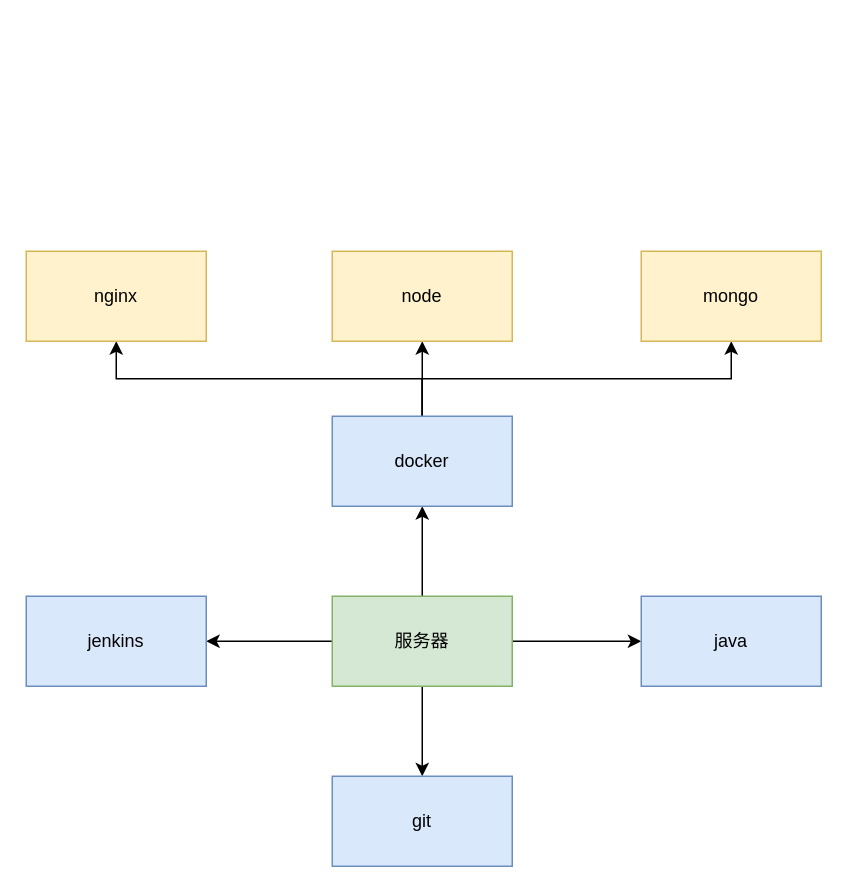
xujizhong/flow-chart keeps this draw.io diagram as 服务器结构.drawio. Above is the earlier version. Source tidied: cells renumbered, new cells numbered last; positions are measured from the earlier drawing's top-left corner, leaving out a move shared by most shapes. Both pictures are drawn from the tidied source at 150%, with x=0, y=0 at pixel (26, 250).
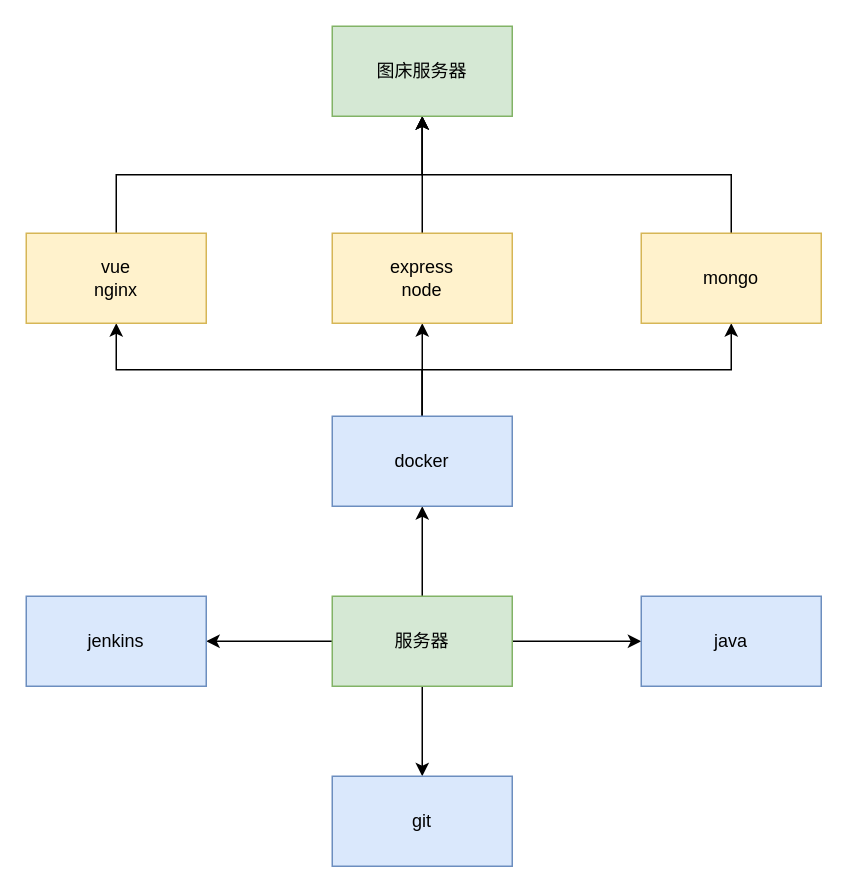
Above is the later version.

Commit message:
更新服务器结构.drawio

What changed in the source:
```diff
@@
+    <mxCell id="17" style="edgeStyle=orthogonalEdgeStyle;rounded=0;jettySize=auto;html=1;exitX=0.5;exitY=0;exitDx=0;exitDy=0;entryX=0.5;entryY=1;entryDx=0;entryDy=0;" parent="1" edge="1" source="12" target="20">
+      <mxGeometry relative="1" as="geometry" />
+    </mxCell>
-    <mxCell id="12" value="node" style="rounded=0;whiteSpace=wrap;html=1;fillColor=#fff2cc;strokeColor=#d6b656;" parent="1" vertex="1">
-      <mxGeometry x="204" width="120" height="60" as="geometry" />
+    <mxCell id="12" value="express&lt;br&gt;node" style="rounded=0;whiteSpace=wrap;html=1;fillColor=#fff2cc;strokeColor=#d6b656;" parent="1" vertex="1">
+      <mxGeometry x="204" y="-12" width="120" height="60" as="geometry" />
     </mxCell>
+    <mxCell id="18" style="edgeStyle=orthogonalEdgeStyle;rounded=0;jettySize=auto;html=1;exitX=0.5;exitY=0;exitDx=0;exitDy=0;entryX=0.5;entryY=1;entryDx=0;entryDy=0;" parent="1" edge="1" source="13" target="20">
+      <mxGeometry relative="1" as="geometry" />
+    </mxCell>
     <mxCell id="13" value="mongo" style="rounded=0;whiteSpace=wrap;html=1;fillColor=#fff2cc;strokeColor=#d6b656;" parent="1" vertex="1">
-      <mxGeometry x="410" width="120" height="60" as="geometry" />
+      <mxGeometry x="410" y="-12" width="120" height="60" as="geometry" />
     </mxCell>
+    <mxCell id="19" style="edgeStyle=orthogonalEdgeStyle;rounded=0;jettySize=auto;html=1;exitX=0.5;exitY=0;exitDx=0;exitDy=0;entryX=0.5;entryY=1;entryDx=0;entryDy=0;" parent="1" edge="1" source="14" target="20">
+      <mxGeometry relative="1" as="geometry" />
+    </mxCell>
-    <mxCell id="14" value="nginx" style="rounded=0;whiteSpace=wrap;html=1;fillColor=#fff2cc;strokeColor=#d6b656;" parent="1" vertex="1">
-      <mxGeometry width="120" height="60" as="geometry" />
+    <mxCell id="14" value="vue&lt;br&gt;nginx" style="rounded=0;whiteSpace=wrap;html=1;fillColor=#fff2cc;strokeColor=#d6b656;" parent="1" vertex="1">
+      <mxGeometry y="-12" width="120" height="60" as="geometry" />
     </mxCell>
@@
+    <mxCell id="20" value="图床服务器" style="rounded=0;whiteSpace=wrap;html=1;fillColor=#d5e8d4;strokeColor=#82b366;" parent="1" vertex="1">
+      <mxGeometry x="204" y="-150" width="120" height="60" as="geometry" />
+    </mxCell>
```
